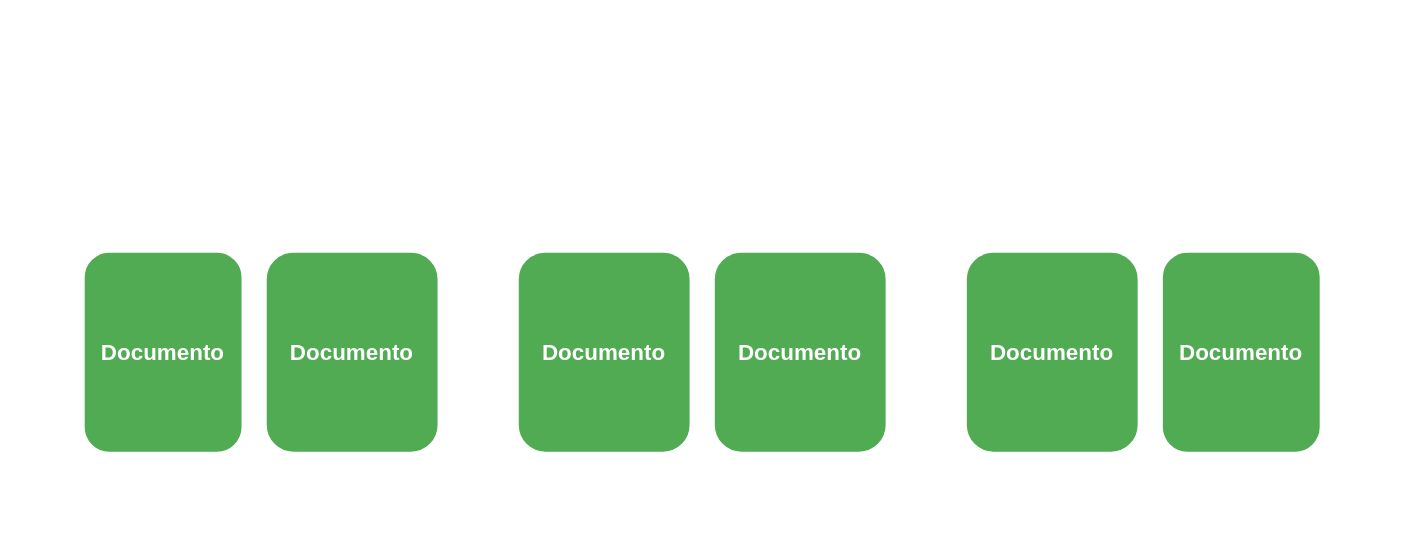
Before: imagenes/notas_de_mongodb/componentes_de_mongodb.svg, a diagram exported from draw.io (joseesco24/notas_de_desarrollo). Source tidied: cells renumbered, new cells last; positions are measured from the earlier drawing's top-left corner, leaving out a move shared by most shapes.
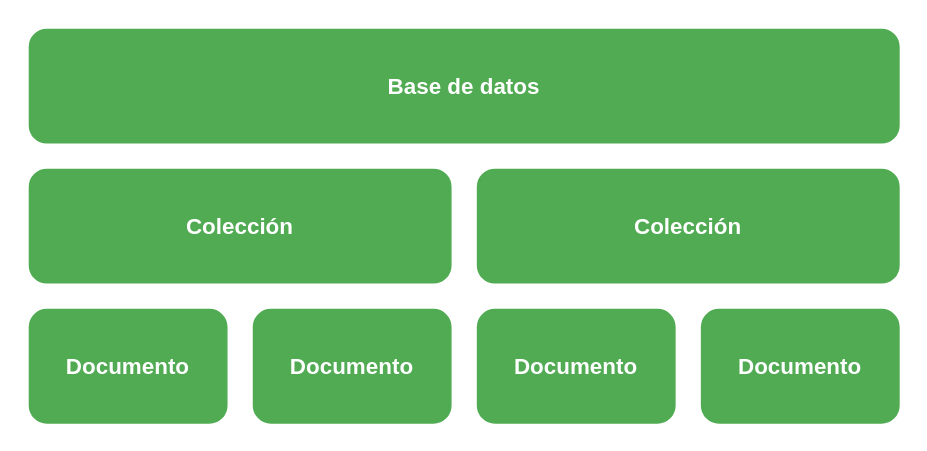
The same diagram one commit later.

Commit message:
mejoras en los diagramas y en elspaciado delas secciones de texto

The edit, as a diff of the source:
```diff
@@ -2,47 +2,26 @@
   <root>
     <mxCell id="0" />
     <mxCell id="1" parent="0" />
-    <mxCell id="2" style="rounded=1;whiteSpace=wrap;html=1;strokeWidth=2;strokeColor=#FFFFFF;fillColor=none;" parent="1" vertex="1">
-      <mxGeometry width="960" height="340" as="geometry" />
-    </mxCell>
-    <mxCell id="3" style="rounded=1;whiteSpace=wrap;html=1;strokeColor=#FFFFFF;strokeWidth=2;fillColor=none;" parent="1" vertex="1">
-      <mxGeometry x="20" y="80" width="290" height="240" as="geometry" />
-    </mxCell>
-    <mxCell id="4" style="rounded=1;whiteSpace=wrap;html=1;strokeColor=#FFFFFF;strokeWidth=2;fillColor=none;" parent="1" vertex="1">
-      <mxGeometry x="330" y="80" width="300" height="240" as="geometry" />
-    </mxCell>
     <mxCell id="5" value="&lt;b&gt;&lt;font color=&quot;#ffffff&quot; style=&quot;font-size: 16px&quot;&gt;Documento&lt;/font&gt;&lt;/b&gt;" style="rounded=1;whiteSpace=wrap;html=1;strokeWidth=2;fillColor=#50AB53;strokeColor=#50AB53;" parent="1" vertex="1">
-      <mxGeometry x="350" y="160" width="120" height="140" as="geometry" />
+      <mxGeometry x="390" y="160" width="140" height="80" as="geometry" />
     </mxCell>
     <mxCell id="6" value="&lt;b&gt;&lt;font color=&quot;#ffffff&quot; style=&quot;font-size: 16px&quot;&gt;Documento&lt;/font&gt;&lt;/b&gt;" style="rounded=1;whiteSpace=wrap;html=1;strokeWidth=2;fillColor=#50AB53;strokeColor=#50AB53;" parent="1" vertex="1">
-      <mxGeometry x="490" y="160" width="120" height="140" as="geometry" />
+      <mxGeometry x="550" y="160" width="140" height="80" as="geometry" />
     </mxCell>
-    <mxCell id="7" value="&lt;b&gt;&lt;font color=&quot;#ffffff&quot; style=&quot;font-size: 16px&quot;&gt;Documento&lt;/font&gt;&lt;/b&gt;" style="rounded=1;whiteSpace=wrap;html=1;strokeWidth=2;fillColor=#50AB53;strokeColor=#50AB53;" parent="1" vertex="1">
-      <mxGeometry x="40" y="160" width="110" height="140" as="geometry" />
-    </mxCell>
     <mxCell id="8" value="&lt;b&gt;&lt;font color=&quot;#ffffff&quot; style=&quot;font-size: 16px&quot;&gt;Documento&lt;/font&gt;&lt;/b&gt;" style="rounded=1;whiteSpace=wrap;html=1;strokeWidth=2;fillColor=#50AB53;strokeColor=#50AB53;" parent="1" vertex="1">
-      <mxGeometry x="170" y="160" width="120" height="140" as="geometry" />
+      <mxGeometry x="230" y="160" width="140" height="80" as="geometry" />
     </mxCell>
-    <mxCell id="9" value="&lt;div&gt;&lt;font color=&quot;#ffffff&quot;&gt;&lt;span style=&quot;font-size: 20px&quot;&gt;&lt;b&gt;Colección&lt;/b&gt;&lt;/span&gt;&lt;/font&gt;&lt;/div&gt;" style="text;html=1;strokeColor=none;fillColor=none;align=center;verticalAlign=middle;whiteSpace=wrap;rounded=0;" parent="1" vertex="1">
-      <mxGeometry x="75" y="100" width="180" height="40" as="geometry" />
-    </mxCell>
-    <mxCell id="10" value="&lt;div&gt;&lt;font color=&quot;#ffffff&quot;&gt;&lt;span style=&quot;font-size: 20px&quot;&gt;&lt;b&gt;Colección&lt;/b&gt;&lt;/span&gt;&lt;/font&gt;&lt;/div&gt;" style="text;html=1;strokeColor=none;fillColor=none;align=center;verticalAlign=middle;whiteSpace=wrap;rounded=0;" parent="1" vertex="1">
-      <mxGeometry x="390" y="100" width="180" height="40" as="geometry" />
-    </mxCell>
+    <mxCell id="16" value="&lt;b&gt;&lt;font color=&quot;#ffffff&quot; style=&quot;font-size: 16px&quot;&gt;Documento&lt;/font&gt;&lt;/b&gt;" style="rounded=1;whiteSpace=wrap;html=1;strokeWidth=2;fillColor=#50AB53;strokeColor=#50AB53;" parent="1" vertex="1">
+      <mxGeometry x="70" y="160" width="140" height="80" as="geometry" />
+    </mxCell>
+    <mxCell id="17" value="&lt;b&gt;&lt;font color=&quot;#ffffff&quot; style=&quot;font-size: 16px&quot;&gt;Colección&lt;/font&gt;&lt;/b&gt;" style="rounded=1;whiteSpace=wrap;html=1;strokeWidth=2;fillColor=#50AB53;strokeColor=#50AB53;" parent="1" vertex="1">
+      <mxGeometry x="70" y="60" width="300" height="80" as="geometry" />
+    </mxCell>
+    <mxCell id="18" value="&lt;font color=&quot;#ffffff&quot;&gt;&lt;span style=&quot;font-size: 16px&quot;&gt;&lt;b&gt;Colección&lt;/b&gt;&lt;/span&gt;&lt;/font&gt;" style="rounded=1;whiteSpace=wrap;html=1;strokeWidth=2;fillColor=#50AB53;strokeColor=#50AB53;" parent="1" vertex="1">
+      <mxGeometry x="390" y="60" width="300" height="80" as="geometry" />
+    </mxCell>
-    <mxCell id="11" value="&lt;div&gt;&lt;font color=&quot;#ffffff&quot;&gt;&lt;span style=&quot;font-size: 20px&quot;&gt;&lt;b&gt;Base de datos&lt;/b&gt;&lt;/span&gt;&lt;/font&gt;&lt;/div&gt;" style="text;html=1;strokeColor=none;fillColor=none;align=center;verticalAlign=middle;whiteSpace=wrap;rounded=0;" parent="1" vertex="1">
-      <mxGeometry x="390" y="20" width="180" height="40" as="geometry" />
+    <mxCell id="11" value="&lt;b&gt;&lt;font color=&quot;#ffffff&quot; style=&quot;font-size: 16px&quot;&gt;Base de datos&lt;/font&gt;&lt;/b&gt;" style="rounded=1;whiteSpace=wrap;html=1;strokeWidth=2;fillColor=#50AB53;strokeColor=#50AB53;" parent="1" vertex="1">
+      <mxGeometry x="70" y="-40" width="620" height="80" as="geometry" />
     </mxCell>
-    <mxCell id="12" style="rounded=1;whiteSpace=wrap;html=1;strokeColor=#FFFFFF;strokeWidth=2;fillColor=none;" parent="1" vertex="1">
-      <mxGeometry x="650" y="80" width="290" height="240" as="geometry" />
-    </mxCell>
-    <mxCell id="13" value="&lt;b&gt;&lt;font color=&quot;#ffffff&quot; style=&quot;font-size: 16px&quot;&gt;Documento&lt;/font&gt;&lt;/b&gt;" style="rounded=1;whiteSpace=wrap;html=1;strokeWidth=2;fillColor=#50AB53;strokeColor=#50AB53;" parent="1" vertex="1">
-      <mxGeometry x="670" y="160" width="120" height="140" as="geometry" />
-    </mxCell>
-    <mxCell id="14" value="&lt;b&gt;&lt;font color=&quot;#ffffff&quot; style=&quot;font-size: 16px&quot;&gt;Documento&lt;/font&gt;&lt;/b&gt;" style="rounded=1;whiteSpace=wrap;html=1;strokeWidth=2;fillColor=#50AB53;strokeColor=#50AB53;" parent="1" vertex="1">
-      <mxGeometry x="810" y="160" width="110" height="140" as="geometry" />
-    </mxCell>
-    <mxCell id="15" value="&lt;div&gt;&lt;font color=&quot;#ffffff&quot;&gt;&lt;span style=&quot;font-size: 20px&quot;&gt;&lt;b&gt;Colección&lt;/b&gt;&lt;/span&gt;&lt;/font&gt;&lt;/div&gt;" style="text;html=1;strokeColor=none;fillColor=none;align=center;verticalAlign=middle;whiteSpace=wrap;rounded=0;" parent="1" vertex="1">
-      <mxGeometry x="705" y="100" width="180" height="40" as="geometry" />
-    </mxCell>
   </root>
 </mxGraphModel>
```
